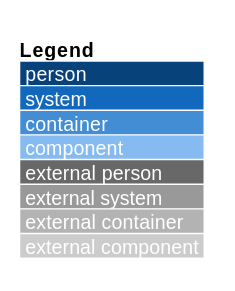
Earlier version of the PlantUML export docs/Sistema animapet/Database/container.svg (andrelquiosi/ANIMAPET).
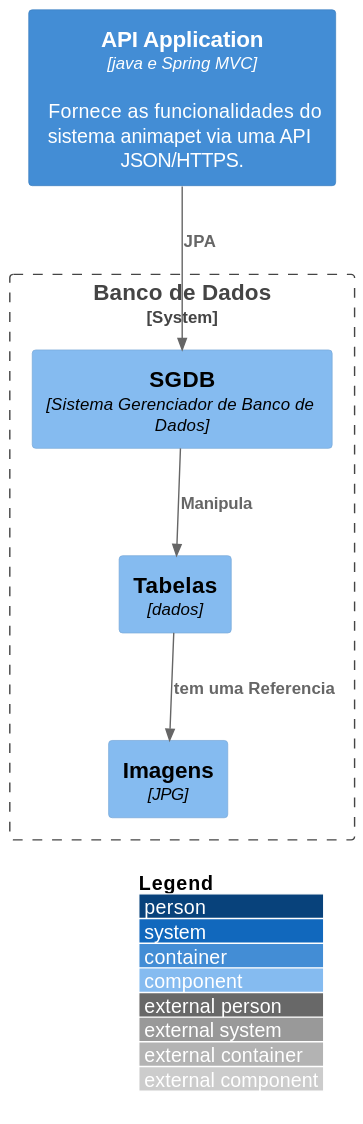
Above is the later version.

The edit, as a diff of the source:
```diff
@@ -3,5 +3,16 @@
 
 LAYOUT_WITH_LEGEND()
 
+Container(api, "API Application", "java e Spring MVC", "Fornece as funcionalidades do sistema animapet via uma API JSON/HTTPS.")
+
+System_Boundary(alias, "Banco de Dados"){
+    Component(sgdb, "SGDB", "Sistema Gerenciador de Banco de Dados")
+    Component(dados, "Tabelas", "dados")
+    Component(imagens, "Imagens", "JPG")
+
+    Rel(sgdb, dados, "Manipula")
+    Rel(dados,imagens,"tem uma Referencia")
+}
+Rel(api, sgdb, "JPA")
 
 @enduml
```
